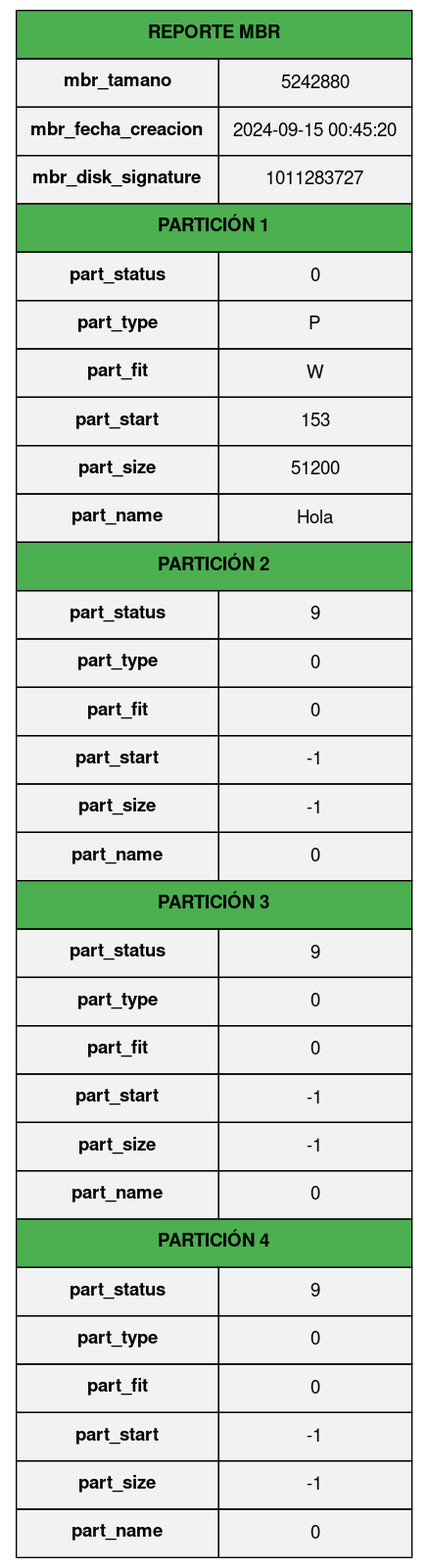
JoseLorenzana272/Disk-Creator-Simulation keeps this Graphviz diagram as r_outputs/mbr_report.png. Above is the earlier version. Its source is kept beside it as r_outputs/mbr_report.dot.
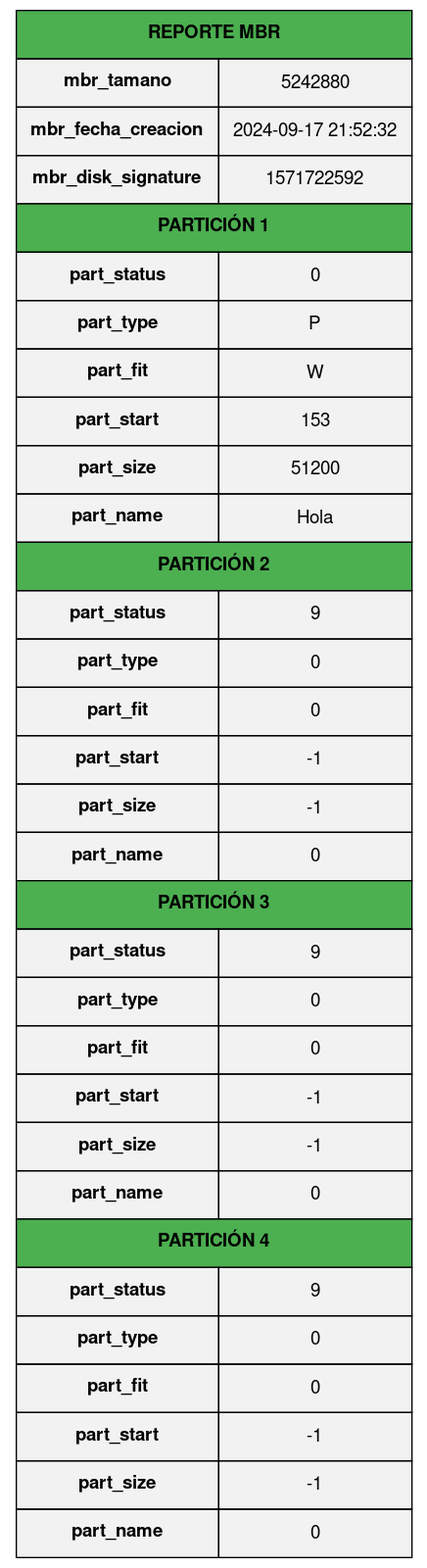
Above is the later version.

Diff of the diagram source:
```diff
@@ -4,8 +4,8 @@
             <table border="0" cellborder="1" cellspacing="0" cellpadding="10" bgcolor="#f2f2f2">
                 <tr><td colspan="2" bgcolor="#4CAF50" align="center"><b>REPORTE MBR</b></td></tr>
                 <tr bgcolor="#dddddd"><td><b>mbr_tamano</b></td><td>5242880</td></tr>
-                <tr><td><b>mbr_fecha_creacion</b></td><td>2024-09-15 00:45:20</td></tr>
-                <tr bgcolor="#dddddd"><td><b>mbr_disk_signature</b></td><td>1011283727</td></tr>
+                <tr><td><b>mbr_fecha_creacion</b></td><td>2024-09-17 21:52:32</td></tr>
+                <tr bgcolor="#dddddd"><td><b>mbr_disk_signature</b></td><td>1571722592</td></tr>
 
 				<tr><td colspan="2" bgcolor="#4CAF50" align="center"><b>PARTICIÓN 1</b></td></tr>
 				<tr bgcolor="#eeeeee"><td><b>part_status</b></td><td>0</td></tr>
```
